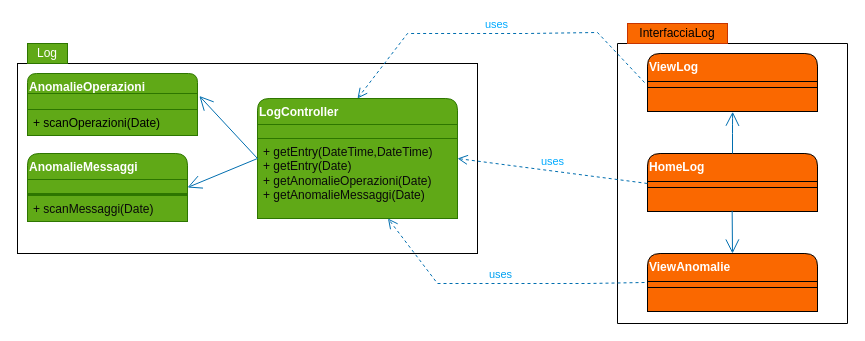
Before: Diagrammi_Package/Log_package.drawio in JosephBoom02/Progetto_Ingegneria_del_Software, a draw.io diagram. Source tidied: cells renumbered, new cells numbered last; positions are measured from the earlier drawing's top-left corner, leaving out a move shared by most shapes. Both pictures are drawn from the tidied source at 100%, with x=0, y=0 at pixel (17, 23).
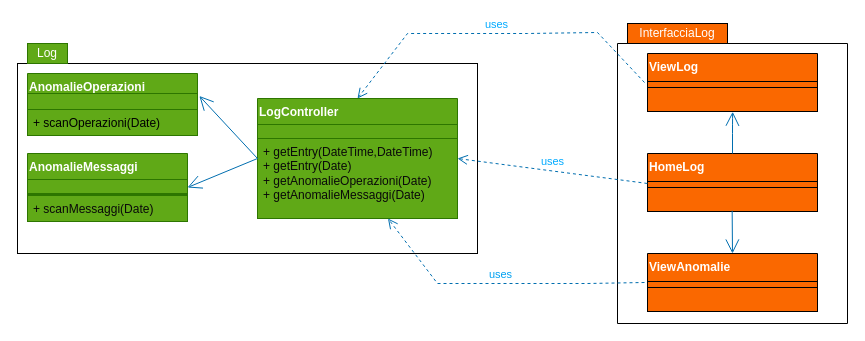
The same page after the edit.

Diff of the diagram source:
```diff
@@
-    <mxCell id="4" value="AnomalieOperazioni&lt;div&gt;&lt;br&gt;&lt;/div&gt;" style="swimlane;fontStyle=1;align=left;verticalAlign=top;horizontal=1;startSize=20;whiteSpace=wrap;html=1;rounded=1;fillColor=#60a917;fontColor=#ffffff;strokeColor=#2D7600;perimeterSpacing=3;" parent="1" vertex="1">
+    <mxCell id="4" value="AnomalieOperazioni&lt;div&gt;&lt;br&gt;&lt;/div&gt;" style="swimlane;fontStyle=1;align=left;verticalAlign=top;horizontal=1;startSize=20;whiteSpace=wrap;html=1;rounded=0;fillColor=#60a917;fontColor=#ffffff;strokeColor=#2D7600;perimeterSpacing=3;" parent="1" vertex="1">
       <mxGeometry x="10" y="50" width="170" height="62" as="geometry" />
     </mxCell>
@@
-    <mxCell id="8" value="&lt;div style=&quot;&quot;&gt;&lt;span style=&quot;background-color: initial;&quot;&gt;AnomalieMessaggi&lt;/span&gt;&lt;/div&gt;&lt;div&gt;&lt;br&gt;&lt;/div&gt;" style="swimlane;fontStyle=1;align=left;verticalAlign=top;horizontal=1;startSize=26;whiteSpace=wrap;html=1;rounded=1;fillColor=#60a917;fontColor=#ffffff;strokeColor=#2D7600;" parent="1" vertex="1">
+    <mxCell id="8" value="&lt;div style=&quot;&quot;&gt;&lt;span style=&quot;background-color: initial;&quot;&gt;AnomalieMessaggi&lt;/span&gt;&lt;/div&gt;&lt;div&gt;&lt;br&gt;&lt;/div&gt;" style="swimlane;fontStyle=1;align=left;verticalAlign=top;horizontal=1;startSize=26;whiteSpace=wrap;html=1;rounded=0;fillColor=#60a917;fontColor=#ffffff;strokeColor=#2D7600;" parent="1" vertex="1">
       <mxGeometry x="10" y="130" width="160" height="68" as="geometry" />
     </mxCell>
@@
-    <mxCell id="12" value="LogController&lt;div&gt;&lt;br&gt;&lt;/div&gt;" style="swimlane;fontStyle=1;align=left;verticalAlign=top;horizontal=1;startSize=26;whiteSpace=wrap;html=1;rounded=1;fillColor=#60a917;fontColor=#ffffff;strokeColor=#2D7600;" parent="1" vertex="1">
+    <mxCell id="12" value="LogController&lt;div&gt;&lt;br&gt;&lt;/div&gt;" style="swimlane;fontStyle=1;align=left;verticalAlign=top;horizontal=1;startSize=26;whiteSpace=wrap;html=1;rounded=0;fillColor=#60a917;fontColor=#ffffff;strokeColor=#2D7600;" parent="1" vertex="1">
       <mxGeometry x="240" y="75" width="200" height="120" as="geometry" />
     </mxCell>
@@
-    <mxCell id="19" value="InterfacciaLog" style="rounded=0;whiteSpace=wrap;html=1;fillColor=#fa6800;fontColor=#000000;strokeColor=#C73500;" parent="1" vertex="1">
+    <mxCell id="19" value="InterfacciaLog" style="rounded=0;whiteSpace=wrap;html=1;fillColor=#fa6800;fontColor=#ffffff;strokeColor=#000000;" parent="1" vertex="1">
       <mxGeometry x="610" width="100" height="20" as="geometry" />
     </mxCell>
-    <mxCell id="20" value="&lt;div&gt;&lt;font color=&quot;#ffffff&quot;&gt;ViewLog&lt;/font&gt;&lt;/div&gt;" style="swimlane;fontStyle=1;align=left;verticalAlign=top;horizontal=1;startSize=28;whiteSpace=wrap;html=1;rounded=1;fillColor=#fa6800;fontColor=#000000;strokeColor=#000000;perimeterSpacing=3;" parent="1" vertex="1">
+    <mxCell id="20" value="&lt;div&gt;&lt;font color=&quot;#ffffff&quot;&gt;ViewLog&lt;/font&gt;&lt;/div&gt;" style="swimlane;fontStyle=1;align=left;verticalAlign=top;horizontal=1;startSize=28;whiteSpace=wrap;html=1;rounded=0;fillColor=#fa6800;fontColor=#000000;strokeColor=#000000;perimeterSpacing=3;" parent="1" vertex="1">
       <mxGeometry x="630" y="30" width="170" height="58" as="geometry" />
     </mxCell>
@@
-    <mxCell id="24" value="&lt;div&gt;&lt;font color=&quot;#ffffff&quot;&gt;HomeLog&lt;/font&gt;&lt;/div&gt;" style="swimlane;fontStyle=1;align=left;verticalAlign=top;horizontal=1;startSize=28;whiteSpace=wrap;html=1;rounded=1;fillColor=#fa6800;fontColor=#000000;strokeColor=#000000;perimeterSpacing=3;" parent="1" vertex="1">
+    <mxCell id="24" value="&lt;div&gt;&lt;font color=&quot;#ffffff&quot;&gt;HomeLog&lt;/font&gt;&lt;/div&gt;" style="swimlane;fontStyle=1;align=left;verticalAlign=top;horizontal=1;startSize=28;whiteSpace=wrap;html=1;rounded=0;fillColor=#fa6800;fontColor=#000000;strokeColor=#000000;perimeterSpacing=3;" parent="1" vertex="1">
       <mxGeometry x="630" y="130" width="170" height="58" as="geometry" />
     </mxCell>
@@
-    <mxCell id="28" value="&lt;div&gt;&lt;font color=&quot;#ffffff&quot;&gt;ViewAnomalie&lt;/font&gt;&lt;/div&gt;" style="swimlane;fontStyle=1;align=left;verticalAlign=top;horizontal=1;startSize=28;whiteSpace=wrap;html=1;rounded=1;fillColor=#fa6800;fontColor=#000000;strokeColor=#000000;perimeterSpacing=3;" parent="1" vertex="1">
+    <mxCell id="28" value="&lt;div&gt;&lt;font color=&quot;#ffffff&quot;&gt;ViewAnomalie&lt;/font&gt;&lt;/div&gt;" style="swimlane;fontStyle=1;align=left;verticalAlign=top;horizontal=1;startSize=28;whiteSpace=wrap;html=1;rounded=0;fillColor=#fa6800;fontColor=#000000;strokeColor=#000000;perimeterSpacing=3;" parent="1" vertex="1">
       <mxGeometry x="630" y="230" width="170" height="58" as="geometry" />
     </mxCell>
```
